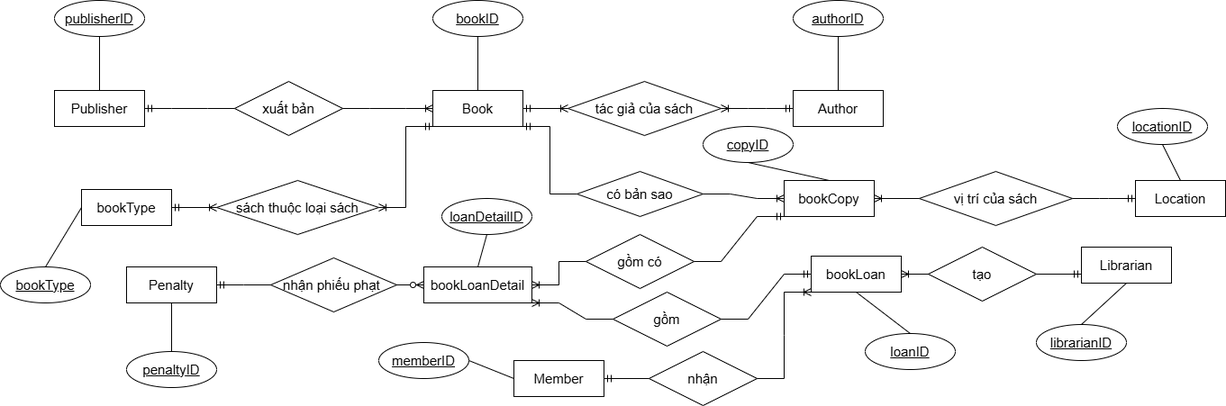
This is erd_quan_niem.png from DevOfSgu/DB_Advance, a draw.io export, as it was before one commit. Source tidied: cells renumbered, new cells last; positions are measured from the earlier drawing's top-left corner, leaving out a move shared by most shapes.
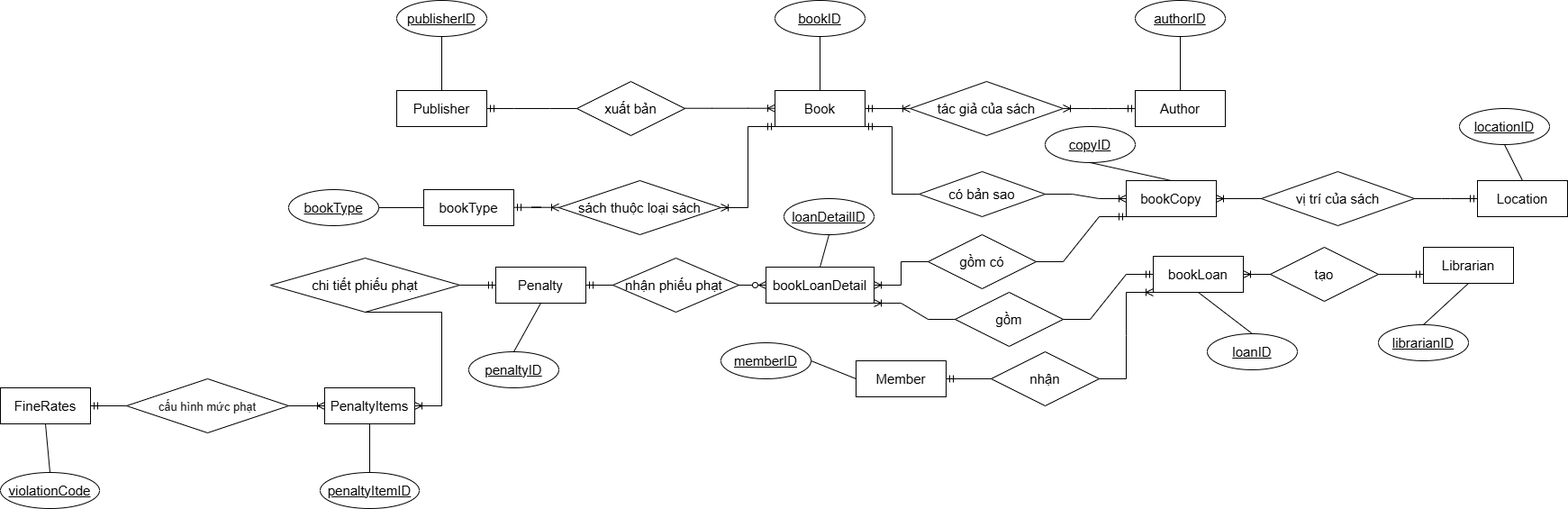
Later version of the same file.

Change to the diagram source:
```diff
@@ -27,10 +27,10 @@
       <mxGeometry x="90" y="210" width="100" height="40" as="geometry" />
     </mxCell>
     <mxCell id="10" value="bookType" style="ellipse;whiteSpace=wrap;html=1;align=center;fontStyle=4;fontSize=15;" parent="1" vertex="1">
-      <mxGeometry y="296" width="100" height="40" as="geometry" />
+      <mxGeometry x="-60" y="210" width="100" height="40" as="geometry" />
     </mxCell>
     <mxCell id="11" value="Penalty" style="whiteSpace=wrap;html=1;align=center;fontSize=15;" parent="1" vertex="1">
-      <mxGeometry x="140" y="296" width="100" height="40" as="geometry" />
+      <mxGeometry x="170" y="296" width="100" height="40" as="geometry" />
     </mxCell>
     <mxCell id="12" value="penaltyID" style="ellipse;whiteSpace=wrap;html=1;align=center;fontStyle=4;fontSize=15;" parent="1" vertex="1">
       <mxGeometry x="140" y="390" width="100" height="40" as="geometry" />
@@ -74,9 +74,6 @@
     <mxCell id="25" style="endArrow=none;html=1;rounded=0;exitX=0.5;exitY=1;exitDx=0;exitDy=0;entryX=0.5;entryY=0;entryDx=0;entryDy=0;fontSize=15;" parent="1" edge="1" source="24" target="23">
       <mxGeometry relative="1" as="geometry" />
     </mxCell>
-    <mxCell id="26" style="endArrow=none;html=1;rounded=0;exitX=0;exitY=0.5;exitDx=0;exitDy=0;entryX=0.5;entryY=0;entryDx=0;entryDy=0;fontSize=15;" parent="1" edge="1" source="9" target="10">
-      <mxGeometry relative="1" as="geometry" />
-    </mxCell>
     <mxCell id="27" value="Book" style="whiteSpace=wrap;html=1;align=center;fontSize=15;" parent="1" vertex="1">
       <mxGeometry x="480" y="100" width="100" height="40" as="geometry" />
     </mxCell>
@@ -101,14 +98,20 @@
     <mxCell id="34" value="nhận phiếu phạt&amp;nbsp;" style="shape=rhombus;perimeter=rhombusPerimeter;whiteSpace=wrap;html=1;align=center;fontSize=15;" parent="1" vertex="1">
       <mxGeometry x="300" y="286" width="140" height="60" as="geometry" />
     </mxCell>
-    <mxCell id="35" style="edgeStyle=entityRelationEdgeStyle;fontSize=15;html=1;endArrow=ERoneToMany;startArrow=ERmandOne;rounded=0;exitX=1;exitY=0.5;exitDx=0;exitDy=0;entryX=0;entryY=0.5;entryDx=0;entryDy=0;" parent="1" edge="1" source="9" target="32">
-      <mxGeometry relative="1" as="geometry" />
+    <mxCell id="35" style="edgeStyle=entityRelationEdgeStyle;fontSize=15;html=1;endArrow=ERoneToMany;startArrow=ERmandOne;rounded=0;exitX=1;exitY=0.5;exitDx=0;exitDy=0;entryX=0;entryY=0.5;entryDx=0;entryDy=0;" parent="1" edge="1">
+      <mxGeometry relative="1" as="geometry">
+        <mxPoint x="190" y="229.7" as="sourcePoint" />
+        <mxPoint x="240" y="229.7" as="targetPoint" />
+      </mxGeometry>
     </mxCell>
     <mxCell id="36" style="edgeStyle=entityRelationEdgeStyle;fontSize=15;html=1;endArrow=ERoneToMany;startArrow=ERmandOne;rounded=0;exitX=0;exitY=1;exitDx=0;exitDy=0;entryX=1;entryY=0.5;entryDx=0;entryDy=0;" parent="1" edge="1" source="27" target="32">
       <mxGeometry relative="1" as="geometry" />
     </mxCell>
-    <mxCell id="37" style="edgeStyle=entityRelationEdgeStyle;fontSize=15;html=1;endArrow=ERoneToMany;rounded=0;exitX=1;exitY=0.5;exitDx=0;exitDy=0;entryX=0;entryY=0.5;entryDx=0;entryDy=0;" parent="1" edge="1" source="30" target="27">
-      <mxGeometry relative="1" as="geometry" />
+    <mxCell id="37" style="edgeStyle=entityRelationEdgeStyle;fontSize=15;html=1;endArrow=ERoneToMany;rounded=0;exitX=1;exitY=0.5;exitDx=0;exitDy=0;entryX=0;entryY=0.5;entryDx=0;entryDy=0;" parent="1" edge="1">
+      <mxGeometry relative="1" as="geometry">
+        <mxPoint x="380" y="119.7" as="sourcePoint" />
+        <mxPoint x="480" y="119.7" as="targetPoint" />
+      </mxGeometry>
     </mxCell>
     <mxCell id="38" style="edgeStyle=entityRelationEdgeStyle;fontSize=15;html=1;endArrow=ERoneToMany;startArrow=ERmandOne;rounded=0;exitX=1;exitY=0.5;exitDx=0;exitDy=0;entryX=0;entryY=0.5;entryDx=0;entryDy=0;" parent="1" edge="1" source="27" target="5">
       <mxGeometry relative="1" as="geometry" />
@@ -196,5 +199,44 @@
     <mxCell id="64" style="edgeStyle=entityRelationEdgeStyle;fontSize=15;html=1;endArrow=ERoneToMany;rounded=0;exitX=0;exitY=0.5;exitDx=0;exitDy=0;entryX=1;entryY=0.5;entryDx=0;entryDy=0;" parent="1" edge="1" source="62" target="50">
       <mxGeometry relative="1" as="geometry" />
     </mxCell>
+    <mxCell id="65" style="endArrow=none;html=1;rounded=0;exitX=1;exitY=0.5;exitDx=0;exitDy=0;entryX=0;entryY=0.5;entryDx=0;entryDy=0;" parent="1" edge="1" source="10" target="9">
+      <mxGeometry relative="1" as="geometry" />
+    </mxCell>
+    <mxCell id="66" value="FineRates" style="whiteSpace=wrap;html=1;align=center;fontSize=15;" parent="1" vertex="1">
+      <mxGeometry x="-380" y="430" width="100" height="40" as="geometry" />
+    </mxCell>
+    <mxCell id="67" value="violationCode" style="ellipse;whiteSpace=wrap;html=1;align=center;fontStyle=4;fontSize=15;" parent="1" vertex="1">
+      <mxGeometry x="-380" y="524" width="110" height="40" as="geometry" />
+    </mxCell>
+    <mxCell id="68" style="endArrow=none;html=1;rounded=0;exitX=0.5;exitY=0;exitDx=0;exitDy=0;entryX=0.5;entryY=1;entryDx=0;entryDy=0;fontSize=15;" parent="1" edge="1" source="67" target="66">
+      <mxGeometry relative="1" as="geometry" />
+    </mxCell>
+    <mxCell id="69" value="chi tiết phiếu phạt" style="shape=rhombus;perimeter=rhombusPerimeter;whiteSpace=wrap;html=1;align=center;fontSize=15;" parent="1" vertex="1">
+      <mxGeometry x="-80" y="286" width="210" height="60" as="geometry" />
+    </mxCell>
+    <mxCell id="70" style="edgeStyle=entityRelationEdgeStyle;fontSize=15;html=1;endArrow=ERmandOne;rounded=0;entryX=0;entryY=0.5;entryDx=0;entryDy=0;exitX=1;exitY=0.5;exitDx=0;exitDy=0;" parent="1" edge="1" source="69" target="11">
+      <mxGeometry relative="1" as="geometry" />
+    </mxCell>
+    <mxCell id="71" value="PenaltyItems" style="whiteSpace=wrap;html=1;align=center;fontSize=15;" parent="1" vertex="1">
+      <mxGeometry x="-20" y="430" width="100" height="40" as="geometry" />
+    </mxCell>
+    <mxCell id="72" value="penaltyItemID" style="ellipse;whiteSpace=wrap;html=1;align=center;fontStyle=4;fontSize=15;" parent="1" vertex="1">
+      <mxGeometry x="-25" y="524" width="110" height="40" as="geometry" />
+    </mxCell>
+    <mxCell id="73" style="endArrow=none;html=1;rounded=0;exitX=0.5;exitY=0;exitDx=0;exitDy=0;entryX=0.5;entryY=1;entryDx=0;entryDy=0;fontSize=15;" parent="1" edge="1" source="72" target="71">
+      <mxGeometry relative="1" as="geometry" />
+    </mxCell>
+    <mxCell id="74" style="edgeStyle=entityRelationEdgeStyle;fontSize=15;html=1;endArrow=ERoneToMany;rounded=0;exitX=0.5;exitY=1;exitDx=0;exitDy=0;" parent="1" edge="1" source="69" target="71">
+      <mxGeometry relative="1" as="geometry" />
+    </mxCell>
+    <mxCell id="75" value="&lt;h4 style=&quot;box-sizing: border-box; margin: 0px; color: rgb(26, 28, 30); text-align: start; background-color: rgb(255, 255, 255);&quot; class=&quot;ng-star-inserted&quot;&gt;&lt;span style=&quot;box-sizing: border-box; font-weight: normal;&quot; class=&quot;ng-star-inserted&quot;&gt;&lt;font face=&quot;Helvetica&quot; style=&quot;font-size: 13px;&quot;&gt;cấu hình mức phạt&lt;/font&gt;&lt;/span&gt;&lt;/h4&gt;" style="shape=rhombus;perimeter=rhombusPerimeter;whiteSpace=wrap;html=1;align=center;fontSize=15;" parent="1" vertex="1">
+      <mxGeometry x="-240" y="420" width="180" height="60" as="geometry" />
+    </mxCell>
+    <mxCell id="76" style="edgeStyle=entityRelationEdgeStyle;fontSize=15;html=1;endArrow=ERmandOne;rounded=0;entryX=1;entryY=0.5;entryDx=0;entryDy=0;exitX=0;exitY=0.5;exitDx=0;exitDy=0;" parent="1" edge="1" source="75" target="66">
+      <mxGeometry relative="1" as="geometry" />
+    </mxCell>
+    <mxCell id="77" style="edgeStyle=entityRelationEdgeStyle;fontSize=15;html=1;endArrow=ERoneToMany;rounded=0;exitX=1;exitY=0.5;exitDx=0;exitDy=0;entryX=0;entryY=0.5;entryDx=0;entryDy=0;" parent="1" edge="1" source="75" target="71">
+      <mxGeometry relative="1" as="geometry" />
+    </mxCell>
   </root>
 </mxGraphModel>
```
